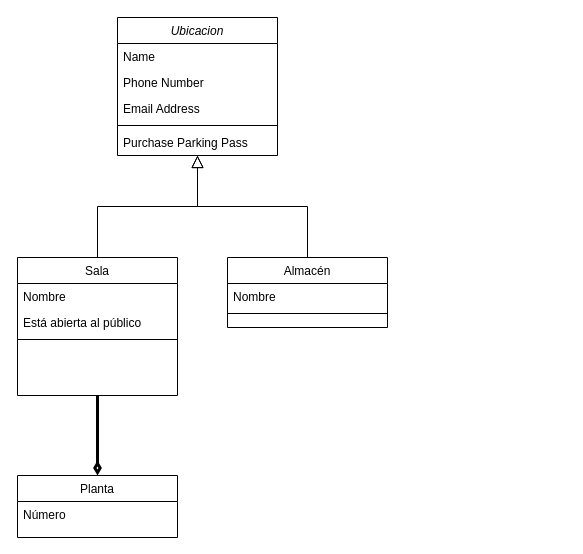
Above: Untitled Diagram.drawio in CJS2248/ProyectoPMA (draw.io), before the change. Source tidied: cells renumbered, new cells numbered last; positions are measured from the earlier drawing's top-left corner, leaving out a move shared by most shapes. Both pictures are drawn from the tidied source at 100%, with x=0, y=0 at pixel (17, 17).
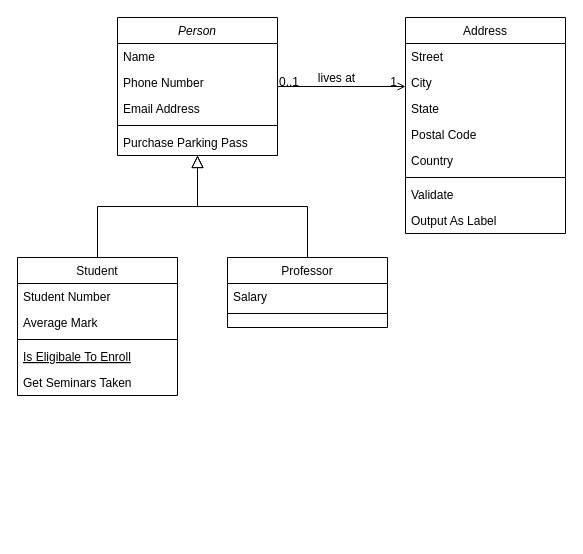
After the change.

Change to the diagram source:
```diff
@@
-    <mxCell id="2" value="Ubicacion" style="swimlane;fontStyle=2;align=center;verticalAlign=top;horizontal=1;startSize=26;rounded=0;shadow=0;strokeWidth=1;" parent="1" vertex="1">
+    <mxCell id="2" value="Person" style="swimlane;fontStyle=2;align=center;verticalAlign=top;horizontal=1;startSize=26;rounded=0;shadow=0;strokeWidth=1;" parent="1" vertex="1">
       <mxGeometry x="100" width="160" height="138" as="geometry" />
     </mxCell>
@@
-    <mxCell id="8" value="Sala" style="swimlane;fontStyle=0;align=center;verticalAlign=top;horizontal=1;startSize=26;rounded=0;shadow=0;strokeWidth=1;" parent="1" vertex="1">
+    <mxCell id="8" value="Student" style="swimlane;fontStyle=0;align=center;verticalAlign=top;horizontal=1;startSize=26;rounded=0;shadow=0;strokeWidth=1;" parent="1" vertex="1">
       <mxGeometry y="240" width="160" height="138" as="geometry" />
     </mxCell>
-    <mxCell id="9" value="Nombre" style="text;align=left;verticalAlign=top;spacingLeft=4;spacingRight=4;overflow=hidden;" parent="8" vertex="1">
+    <mxCell id="9" value="Student Number" style="text;align=left;verticalAlign=top;spacingLeft=4;spacingRight=4;overflow=hidden;" parent="8" vertex="1">
       <mxGeometry y="26" width="160" height="26" as="geometry" />
     </mxCell>
-    <mxCell id="10" value="Está abierta al público" style="text;align=left;verticalAlign=top;spacingLeft=4;spacingRight=4;overflow=hidden;rounded=0;shadow=0;html=0;" parent="8" vertex="1">
+    <mxCell id="10" value="Average Mark" style="text;align=left;verticalAlign=top;spacingLeft=4;spacingRight=4;overflow=hidden;rounded=0;shadow=0;html=0;" parent="8" vertex="1">
       <mxGeometry y="52" width="160" height="26" as="geometry" />
     </mxCell>
@@
+    <mxCell id="20" value="Is Eligibale To Enroll" style="text;align=left;verticalAlign=top;spacingLeft=4;spacingRight=4;overflow=hidden;fontStyle=4;" parent="8" vertex="1">
+      <mxGeometry y="86" width="160" height="26" as="geometry" />
+    </mxCell>
+    <mxCell id="21" value="Get Seminars Taken" style="text;align=left;verticalAlign=top;spacingLeft=4;spacingRight=4;overflow=hidden;" parent="8" vertex="1">
+      <mxGeometry y="112" width="160" height="26" as="geometry" />
+    </mxCell>
@@
-    <mxCell id="13" value="Almacén" style="swimlane;fontStyle=0;align=center;verticalAlign=top;horizontal=1;startSize=26;rounded=0;shadow=0;strokeWidth=1;" parent="1" vertex="1">
+    <mxCell id="13" value="Professor" style="swimlane;fontStyle=0;align=center;verticalAlign=top;horizontal=1;startSize=26;rounded=0;shadow=0;strokeWidth=1;" parent="1" vertex="1">
       <mxGeometry x="210" y="240" width="160" height="70" as="geometry" />
     </mxCell>
-    <mxCell id="14" value="Nombre" style="text;align=left;verticalAlign=top;spacingLeft=4;spacingRight=4;overflow=hidden;" parent="13" vertex="1">
+    <mxCell id="14" value="Salary" style="text;align=left;verticalAlign=top;spacingLeft=4;spacingRight=4;overflow=hidden;" parent="13" vertex="1">
       <mxGeometry y="26" width="160" height="26" as="geometry" />
     </mxCell>
@@
-    <mxCell id="17" value="Planta" style="swimlane;fontStyle=0;align=center;verticalAlign=top;horizontal=1;startSize=26;rounded=0;shadow=0;strokeWidth=1;" parent="1" vertex="1">
-      <mxGeometry y="458" width="160" height="62" as="geometry" />
-    </mxCell>
-    <mxCell id="18" value="Número" style="text;align=left;verticalAlign=top;spacingLeft=4;spacingRight=4;overflow=hidden;" parent="17" vertex="1">
-      <mxGeometry y="26" width="160" height="26" as="geometry" />
-    </mxCell>
-    <mxCell id="19" style="endArrow=none;html=1;strokeWidth=3;entryX=0.5;entryY=1;entryDx=0;entryDy=0;exitX=0.5;exitY=0;exitDx=0;exitDy=0;endFill=0;startArrow=diamondThin;startFill=0;endSize=6;" parent="1" edge="1" source="17" target="8">
-      <mxGeometry relative="1" as="geometry" />
-    </mxCell>
+    <mxCell id="22" value="Address" style="swimlane;fontStyle=0;align=center;verticalAlign=top;horizontal=1;startSize=26;rounded=0;shadow=0;strokeWidth=1;" parent="1" vertex="1">
+      <mxGeometry x="388" width="160" height="216" as="geometry" />
+    </mxCell>
+    <mxCell id="23" value="Street" style="text;align=left;verticalAlign=top;spacingLeft=4;spacingRight=4;overflow=hidden;" parent="22" vertex="1">
+      <mxGeometry y="26" width="160" height="26" as="geometry" />
+    </mxCell>
+    <mxCell id="24" value="City" style="text;align=left;verticalAlign=top;spacingLeft=4;spacingRight=4;overflow=hidden;rounded=0;shadow=0;html=0;" parent="22" vertex="1">
+      <mxGeometry y="52" width="160" height="26" as="geometry" />
+    </mxCell>
+    <mxCell id="25" value="State" style="text;align=left;verticalAlign=top;spacingLeft=4;spacingRight=4;overflow=hidden;rounded=0;shadow=0;html=0;" parent="22" vertex="1">
+      <mxGeometry y="78" width="160" height="26" as="geometry" />
+    </mxCell>
+    <mxCell id="26" value="Postal Code" style="text;align=left;verticalAlign=top;spacingLeft=4;spacingRight=4;overflow=hidden;rounded=0;shadow=0;html=0;" parent="22" vertex="1">
+      <mxGeometry y="104" width="160" height="26" as="geometry" />
+    </mxCell>
+    <mxCell id="27" value="Country" style="text;align=left;verticalAlign=top;spacingLeft=4;spacingRight=4;overflow=hidden;rounded=0;shadow=0;html=0;" parent="22" vertex="1">
+      <mxGeometry y="130" width="160" height="26" as="geometry" />
+    </mxCell>
+    <mxCell id="28" style="line;html=1;strokeWidth=1;align=left;verticalAlign=middle;spacingTop=-1;spacingLeft=3;spacingRight=3;labelPosition=right;" parent="22" vertex="1">
+      <mxGeometry y="156" width="160" height="8" as="geometry" />
+    </mxCell>
+    <mxCell id="29" value="Validate" style="text;align=left;verticalAlign=top;spacingLeft=4;spacingRight=4;overflow=hidden;" parent="22" vertex="1">
+      <mxGeometry y="164" width="160" height="26" as="geometry" />
+    </mxCell>
+    <mxCell id="30" value="Output As Label" style="text;align=left;verticalAlign=top;spacingLeft=4;spacingRight=4;overflow=hidden;" parent="22" vertex="1">
+      <mxGeometry y="190" width="160" height="26" as="geometry" />
+    </mxCell>
+    <mxCell id="31" style="endArrow=open;shadow=0;strokeWidth=1;rounded=0;endFill=1;edgeStyle=elbowEdgeStyle;elbow=vertical;" parent="1" edge="1" source="2" target="22">
+      <mxGeometry x="0.5" y="41" relative="1" as="geometry">
+        <mxPoint x="-40" y="32" as="offset" />
+      </mxGeometry>
+    </mxCell>
+    <mxCell id="32" value="0..1" style="align=left;verticalAlign=bottom;labelBackgroundColor=none;fontSize=12;" parent="31" vertex="1">
+      <mxGeometry x="-1" relative="1" as="geometry">
+        <mxPoint y="4" as="offset" />
+      </mxGeometry>
+    </mxCell>
+    <mxCell id="33" value="1" style="align=right;verticalAlign=bottom;labelBackgroundColor=none;fontSize=12;" parent="31" vertex="1">
+      <mxGeometry x="1" relative="1" as="geometry">
+        <mxPoint x="-7" y="4" as="offset" />
+      </mxGeometry>
+    </mxCell>
+    <mxCell id="34" value="lives at" style="text;html=1;align=center;verticalAlign=middle;labelBackgroundColor=none;rounded=0;shadow=0;strokeWidth=1;fontSize=12;" parent="31" vertex="1">
+      <mxGeometry x="0.5" y="49" relative="1" as="geometry">
+        <mxPoint x="-38" y="40" as="offset" />
+      </mxGeometry>
+    </mxCell>
```
